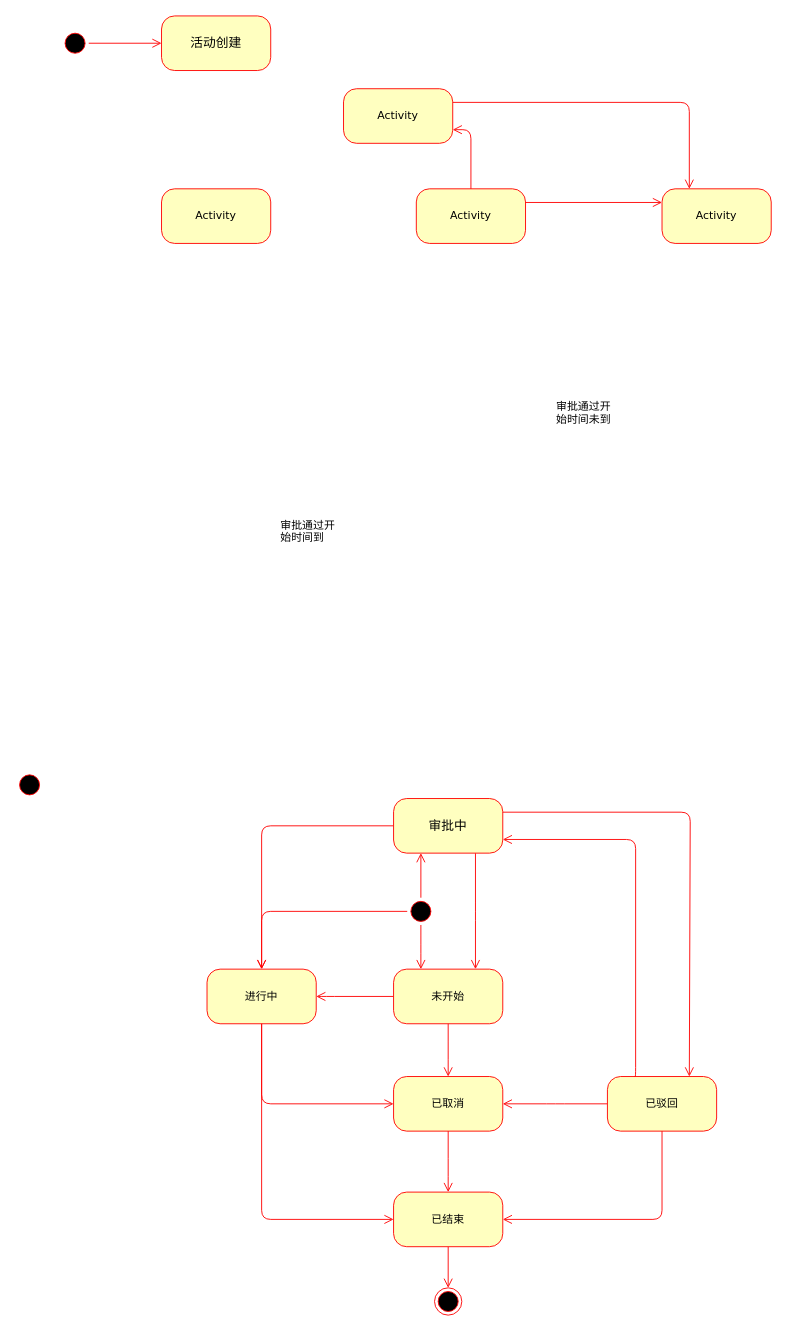
Above: 活动状态机-产品.drawio in zhugaozi/drawIo (draw.io), before the change. Source tidied: cells renumbered, new cells numbered last; positions are measured from the earlier drawing's top-left corner, leaving out a move shared by most shapes. Both pictures are drawn from the tidied source at 91%, with x=0, y=0 at pixel (15, 15).
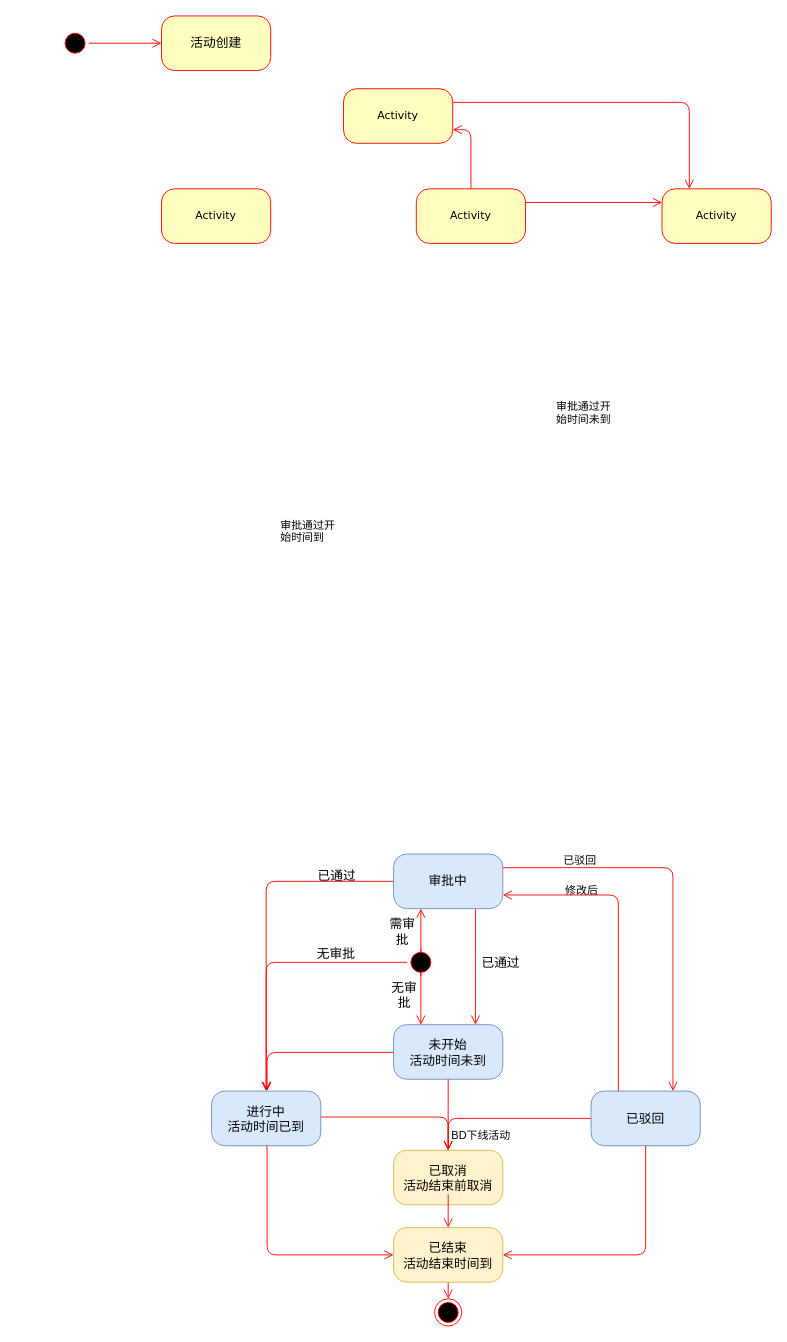
Above is the later version.

Commit message:
Update 活动状态机-产品.drawio

The edit, as a diff of the source:
```diff
@@
-    <mxCell id="8" style="edgeStyle=elbowEdgeStyle;html=1;labelBackgroundColor=none;endArrow=open;endSize=8;strokeColor=#ff0000;fontFamily=Verdana;fontSize=12;align=left;exitX=0;exitY=0.5;exitDx=0;exitDy=0;entryX=1;entryY=0.5;entryDx=0;entryDy=0;" parent="1" edge="1" source="24" target="22">
-      <mxGeometry relative="1" as="geometry" />
-    </mxCell>
@@
     <mxCell id="11" style="edgeStyle=elbowEdgeStyle;html=1;labelBackgroundColor=none;endArrow=open;endSize=8;strokeColor=#ff0000;fontFamily=Verdana;fontSize=12;align=left;exitX=0.5;exitY=1;exitDx=0;exitDy=0;entryX=0.5;entryY=0;entryDx=0;entryDy=0;" parent="1" edge="1" source="26" target="21">
       <mxGeometry relative="1" as="geometry">
         <Array as="points">
-          <mxPoint x="270" y="1090.5" />
+          <mxPoint x="275" y="1080" />
+          <mxPoint x="275" y="1080" />
         </Array>
       </mxGeometry>
     </mxCell>
@@
-    <mxCell id="14" style="edgeStyle=orthogonalEdgeStyle;html=1;entryX=0.5;entryY=0;labelBackgroundColor=none;endArrow=open;endSize=8;strokeColor=#ff0000;fontFamily=Verdana;fontSize=12;align=left;exitX=0;exitY=0.5;exitDx=0;exitDy=0;entryDx=0;entryDy=0;" parent="1" edge="1" source="20" target="21">
+    <mxCell id="14" style="edgeStyle=orthogonalEdgeStyle;html=1;labelBackgroundColor=none;endArrow=open;endSize=8;strokeColor=#ff0000;fontFamily=Verdana;fontSize=12;align=left;exitX=0;exitY=0.5;exitDx=0;exitDy=0;entryX=0.5;entryY=0;entryDx=0;entryDy=0;" parent="1" edge="1" source="20" target="21">
       <mxGeometry relative="1" as="geometry">
         <Array as="points">
-          <mxPoint x="270" y="889.5" />
+          <mxPoint x="275" y="951" />
         </Array>
       </mxGeometry>
     </mxCell>
-    <mxCell id="15" style="edgeStyle=orthogonalEdgeStyle;html=1;labelBackgroundColor=none;endArrow=open;endSize=8;strokeColor=#ff0000;fontFamily=Verdana;fontSize=12;align=left;entryX=0;entryY=0.5;entryDx=0;entryDy=0;exitX=0.5;exitY=1;exitDx=0;exitDy=0;" parent="1" edge="1" source="21" target="22">
-      <mxGeometry relative="1" as="geometry" />
+    <mxCell id="15" style="edgeStyle=orthogonalEdgeStyle;html=1;labelBackgroundColor=none;endArrow=open;endSize=8;strokeColor=#ff0000;fontFamily=Verdana;fontSize=12;align=left;entryX=0.5;entryY=0;entryDx=0;entryDy=0;exitX=1;exitY=0.5;exitDx=0;exitDy=0;" parent="1" edge="1" source="21" target="22">
+      <mxGeometry relative="1" as="geometry">
+        <Array as="points">
+          <mxPoint x="329" y="1210" />
+          <mxPoint x="475" y="1210" />
+        </Array>
+      </mxGeometry>
     </mxCell>
-    <mxCell id="16" style="edgeStyle=orthogonalEdgeStyle;html=1;labelBackgroundColor=none;endArrow=open;endSize=8;strokeColor=#ff0000;fontFamily=Verdana;fontSize=12;align=left;exitX=0;exitY=0.5;exitDx=0;exitDy=0;entryX=1;entryY=0.5;entryDx=0;entryDy=0;" parent="1" edge="1" source="23" target="21">
+    <mxCell id="16" style="edgeStyle=orthogonalEdgeStyle;html=1;labelBackgroundColor=none;endArrow=open;endSize=8;strokeColor=#ff0000;fontFamily=Verdana;fontSize=12;align=left;exitX=0;exitY=0.5;exitDx=0;exitDy=0;" parent="1" edge="1" target="21">
       <mxGeometry relative="1" as="geometry">
+        <mxPoint x="421" y="1139" as="sourcePoint" />
         <Array as="points">
-          <mxPoint x="340" y="1077.5" />
-          <mxPoint x="340" y="1077.5" />
+          <mxPoint x="276" y="1139" />
         </Array>
       </mxGeometry>
     </mxCell>
@@
-    <mxCell id="20" value="&lt;span style=&quot;font-size: 14px&quot;&gt;审批中&lt;/span&gt;" style="rounded=1;whiteSpace=wrap;html=1;arcSize=24;fillColor=#ffffc0;strokeColor=#ff0000;shadow=0;comic=0;labelBackgroundColor=none;fontFamily=Verdana;fontSize=12;fontColor=#000000;align=center;" parent="1" vertex="1">
-      <mxGeometry x="415" y="860" width="120" height="60" as="geometry" />
+    <mxCell id="20" value="&lt;span style=&quot;font-size: 14px&quot;&gt;审批中&lt;/span&gt;" style="rounded=1;whiteSpace=wrap;html=1;arcSize=24;fillColor=#dae8fc;strokeColor=#6c8ebf;shadow=0;comic=0;labelBackgroundColor=none;fontFamily=Verdana;fontSize=12;align=center;" parent="1" vertex="1">
+      <mxGeometry x="415" y="921" width="120" height="60" as="geometry" />
     </mxCell>
-    <mxCell id="21" value="进行中" style="rounded=1;whiteSpace=wrap;html=1;arcSize=24;fillColor=#ffffc0;strokeColor=#ff0000;shadow=0;comic=0;labelBackgroundColor=none;fontFamily=Verdana;fontSize=12;fontColor=#000000;align=center;" parent="1" vertex="1">
-      <mxGeometry x="210" y="1047.5" width="120" height="60" as="geometry" />
+    <mxCell id="21" value="&lt;font style=&quot;font-size: 14px&quot;&gt;进行中&lt;br&gt;活动时间已到&lt;/font&gt;&lt;br&gt;" style="rounded=1;whiteSpace=wrap;html=1;arcSize=24;fillColor=#dae8fc;strokeColor=#6c8ebf;shadow=0;comic=0;labelBackgroundColor=none;fontFamily=Verdana;fontSize=12;align=center;" parent="1" vertex="1">
+      <mxGeometry x="215" y="1181.5" width="120" height="60" as="geometry" />
     </mxCell>
-    <mxCell id="22" value="已取消" style="rounded=1;whiteSpace=wrap;html=1;arcSize=24;fillColor=#ffffc0;strokeColor=#ff0000;shadow=0;comic=0;labelBackgroundColor=none;fontFamily=Verdana;fontSize=12;fontColor=#000000;align=center;" parent="1" vertex="1">
-      <mxGeometry x="415" y="1165.5" width="120" height="60" as="geometry" />
+    <mxCell id="22" value="&lt;font style=&quot;font-size: 14px&quot;&gt;已取消&lt;br&gt;活动结束前取消&lt;/font&gt;&lt;br&gt;" style="rounded=1;whiteSpace=wrap;html=1;arcSize=24;fillColor=#fff2cc;strokeColor=#d6b656;shadow=0;comic=0;labelBackgroundColor=none;fontFamily=Verdana;fontSize=12;align=center;" parent="1" vertex="1">
+      <mxGeometry x="415" y="1246.5" width="120" height="60" as="geometry" />
     </mxCell>
-    <mxCell id="23" value="未开始" style="rounded=1;whiteSpace=wrap;html=1;arcSize=24;fillColor=#ffffc0;strokeColor=#ff0000;shadow=0;comic=0;labelBackgroundColor=none;fontFamily=Verdana;fontSize=12;fontColor=#000000;align=center;" parent="1" vertex="1">
-      <mxGeometry x="415" y="1047.5" width="120" height="60" as="geometry" />
+    <mxCell id="23" value="&lt;font style=&quot;font-size: 14px&quot;&gt;未开始&lt;br&gt;活动时间未到&lt;/font&gt;&lt;br&gt;" style="rounded=1;whiteSpace=wrap;html=1;arcSize=24;fillColor=#dae8fc;strokeColor=#6c8ebf;shadow=0;comic=0;labelBackgroundColor=none;fontFamily=Verdana;fontSize=12;align=center;" parent="1" vertex="1">
+      <mxGeometry x="415" y="1108.5" width="120" height="60" as="geometry" />
     </mxCell>
-    <mxCell id="24" value="已驳回" style="rounded=1;whiteSpace=wrap;html=1;arcSize=24;fillColor=#ffffc0;strokeColor=#ff0000;shadow=0;comic=0;labelBackgroundColor=none;fontFamily=Verdana;fontSize=12;fontColor=#000000;align=center;" parent="1" vertex="1">
-      <mxGeometry x="650" y="1165.5" width="120" height="60" as="geometry" />
+    <mxCell id="24" value="&lt;font style=&quot;font-size: 14px&quot;&gt;已驳回&lt;/font&gt;" style="rounded=1;whiteSpace=wrap;html=1;arcSize=24;fillColor=#dae8fc;strokeColor=#6c8ebf;shadow=0;comic=0;labelBackgroundColor=none;fontFamily=Verdana;fontSize=12;align=center;" parent="1" vertex="1">
+      <mxGeometry x="632" y="1181.5" width="120" height="60" as="geometry" />
     </mxCell>
-    <mxCell id="25" value="已结束" style="rounded=1;whiteSpace=wrap;html=1;arcSize=24;fillColor=#ffffc0;strokeColor=#ff0000;shadow=0;comic=0;labelBackgroundColor=none;fontFamily=Verdana;fontSize=12;fontColor=#000000;align=center;" parent="1" vertex="1">
-      <mxGeometry x="415" y="1292.5" width="120" height="60" as="geometry" />
+    <mxCell id="25" value="&lt;font style=&quot;font-size: 14px&quot;&gt;已结束&lt;br&gt;活动结束时间到&lt;/font&gt;&lt;br&gt;" style="rounded=1;whiteSpace=wrap;html=1;arcSize=24;fillColor=#fff2cc;strokeColor=#d6b656;shadow=0;comic=0;labelBackgroundColor=none;fontFamily=Verdana;fontSize=12;align=center;" parent="1" vertex="1">
+      <mxGeometry x="415" y="1331.5" width="120" height="60" as="geometry" />
     </mxCell>
     <mxCell id="26" style="ellipse;html=1;shape=startState;fillColor=#000000;strokeColor=#ff0000;rounded=1;shadow=0;comic=0;labelBackgroundColor=none;fontFamily=Verdana;fontSize=12;fontColor=#000000;align=center;direction=south;" parent="1" vertex="1">
-      <mxGeometry x="430" y="969" width="30" height="30" as="geometry" />
+      <mxGeometry x="430" y="1025" width="30" height="30" as="geometry" />
     </mxCell>
     <mxCell id="27" style="edgeStyle=orthogonalEdgeStyle;html=1;exitX=1;exitY=0.25;entryX=0.75;entryY=0;labelBackgroundColor=none;endArrow=open;endSize=8;strokeColor=#ff0000;fontFamily=Verdana;fontSize=12;align=left;entryDx=0;entryDy=0;exitDx=0;exitDy=0;" parent="1" edge="1" source="20" target="24">
       <mxGeometry relative="1" as="geometry">
         <Array as="points">
-          <mxPoint x="741" y="874.5" />
+          <mxPoint x="722" y="936" />
         </Array>
       </mxGeometry>
     </mxCell>
     <mxCell id="28" style="edgeStyle=orthogonalEdgeStyle;html=1;exitX=0.25;exitY=0;labelBackgroundColor=none;endArrow=open;endSize=8;strokeColor=#ff0000;fontFamily=Verdana;fontSize=12;align=left;exitDx=0;exitDy=0;entryX=1;entryY=0.75;entryDx=0;entryDy=0;" parent="1" edge="1" source="24" target="20">
       <mxGeometry relative="1" as="geometry">
         <Array as="points">
-          <mxPoint x="681" y="905.5" />
+          <mxPoint x="662" y="966" />
         </Array>
       </mxGeometry>
     </mxCell>
@@
-    <mxCell id="30" style="edgeStyle=elbowEdgeStyle;html=1;labelBackgroundColor=none;endArrow=open;endSize=8;strokeColor=#ff0000;fontFamily=Verdana;fontSize=12;align=left;exitX=0.5;exitY=1;exitDx=0;exitDy=0;entryX=0.5;entryY=0;entryDx=0;entryDy=0;" parent="1" edge="1" source="22" target="25">
+    <mxCell id="30" style="edgeStyle=elbowEdgeStyle;html=1;labelBackgroundColor=none;endArrow=open;endSize=8;strokeColor=#ff0000;fontFamily=Verdana;fontSize=12;align=left;exitX=0.5;exitY=1;exitDx=0;exitDy=0;entryX=0.5;entryY=0;entryDx=0;entryDy=0;" parent="1" edge="1" target="25">
       <mxGeometry relative="1" as="geometry">
+        <mxPoint x="475" y="1295" as="sourcePoint" />
         <Array as="points">
-          <mxPoint x="475" y="1265.5" />
+          <mxPoint x="475" y="1304.5" />
         </Array>
       </mxGeometry>
     </mxCell>
-    <mxCell id="31" style="edgeStyle=orthogonalEdgeStyle;html=1;labelBackgroundColor=none;endArrow=open;endSize=8;strokeColor=#ff0000;fontFamily=Verdana;fontSize=12;align=left;entryX=0;entryY=0.5;exitX=0.5;exitY=1;exitDx=0;exitDy=0;entryDx=0;entryDy=0;" parent="1" edge="1" source="21" target="25">
+    <mxCell id="31" style="edgeStyle=orthogonalEdgeStyle;html=1;labelBackgroundColor=none;endArrow=open;endSize=8;strokeColor=#ff0000;fontFamily=Verdana;fontSize=12;align=left;exitX=0.5;exitY=1;exitDx=0;exitDy=0;entryX=0;entryY=0.5;entryDx=0;entryDy=0;" parent="1" edge="1" source="21" target="25">
       <mxGeometry relative="1" as="geometry">
         <Array as="points">
-          <mxPoint x="270" y="1323" />
+          <mxPoint x="276" y="1242" />
+          <mxPoint x="276" y="1362" />
         </Array>
       </mxGeometry>
     </mxCell>
@@
     <mxCell id="35" style="ellipse;html=1;shape=endState;fillColor=#000000;strokeColor=#ff0000;" parent="1" vertex="1">
-      <mxGeometry x="460" y="1397.7" width="30" height="30" as="geometry" />
+      <mxGeometry x="460" y="1409.7" width="30" height="30" as="geometry" />
     </mxCell>
-    <mxCell id="36" style="ellipse;html=1;shape=startState;fillColor=#000000;strokeColor=#ff0000;" parent="1" vertex="1">
-      <mxGeometry y="830" width="30" height="30" as="geometry" />
-    </mxCell>
@@
+    <mxCell id="38" value="&lt;font style=&quot;font-size: 14px&quot;&gt;需审批&lt;/font&gt;" style="text;html=1;strokeColor=none;fillColor=none;align=center;verticalAlign=middle;whiteSpace=wrap;rounded=0;" parent="1" vertex="1">
+      <mxGeometry x="405" y="995.5" width="40" height="20" as="geometry" />
+    </mxCell>
+    <mxCell id="39" value="&lt;font style=&quot;font-size: 14px&quot;&gt;无审批&lt;/font&gt;" style="text;html=1;strokeColor=none;fillColor=none;align=center;verticalAlign=middle;whiteSpace=wrap;rounded=0;" parent="1" vertex="1">
+      <mxGeometry x="407" y="1066" width="40" height="20" as="geometry" />
+    </mxCell>
+    <mxCell id="40" value="&lt;font style=&quot;font-size: 14px&quot;&gt;已通过&lt;/font&gt;&lt;br&gt;" style="text;html=1;align=left;verticalAlign=top;spacingTop=-4;" parent="1" vertex="1">
+      <mxGeometry x="510" y="1030" width="60" height="20" as="geometry" />
+    </mxCell>
+    <mxCell id="41" value="&lt;font style=&quot;font-size: 14px&quot;&gt;无审批&lt;/font&gt;&lt;br&gt;" style="text;html=1;align=left;verticalAlign=top;spacingTop=-4;" parent="1" vertex="1">
+      <mxGeometry x="329" y="1020" width="60" height="20" as="geometry" />
+    </mxCell>
+    <mxCell id="8" style="edgeStyle=orthogonalEdgeStyle;html=1;labelBackgroundColor=none;endArrow=open;endSize=8;strokeColor=#ff0000;fontFamily=Verdana;fontSize=12;align=left;entryX=0.5;entryY=0;entryDx=0;entryDy=0;exitX=0;exitY=0.5;exitDx=0;exitDy=0;" parent="1" edge="1" source="24" target="22">
+      <mxGeometry relative="1" as="geometry">
+        <Array as="points">
+          <mxPoint x="632" y="1211" />
+          <mxPoint x="475" y="1211" />
+        </Array>
+      </mxGeometry>
+    </mxCell>
+    <mxCell id="42" value="&lt;font style=&quot;font-size: 14px&quot;&gt;已通过&lt;/font&gt;" style="text;html=1;align=left;verticalAlign=top;spacingTop=-4;" parent="1" vertex="1">
+      <mxGeometry x="330" y="934" width="60" height="20" as="geometry" />
+    </mxCell>
+    <mxCell id="43" value="已驳回" style="text;html=1;align=left;verticalAlign=top;spacingTop=-4;" parent="1" vertex="1">
+      <mxGeometry x="600" y="918" width="50" height="20" as="geometry" />
+    </mxCell>
+    <mxCell id="44" value="修改后" style="text;html=1;align=left;verticalAlign=top;spacingTop=-4;" parent="1" vertex="1">
+      <mxGeometry x="602" y="951" width="50" height="20" as="geometry" />
+    </mxCell>
+    <mxCell id="45" value="BD下线活动" style="text;html=1;align=left;verticalAlign=top;spacingTop=-4;" parent="1" vertex="1">
+      <mxGeometry x="477" y="1221" width="80" height="20" as="geometry" />
+    </mxCell>
```
